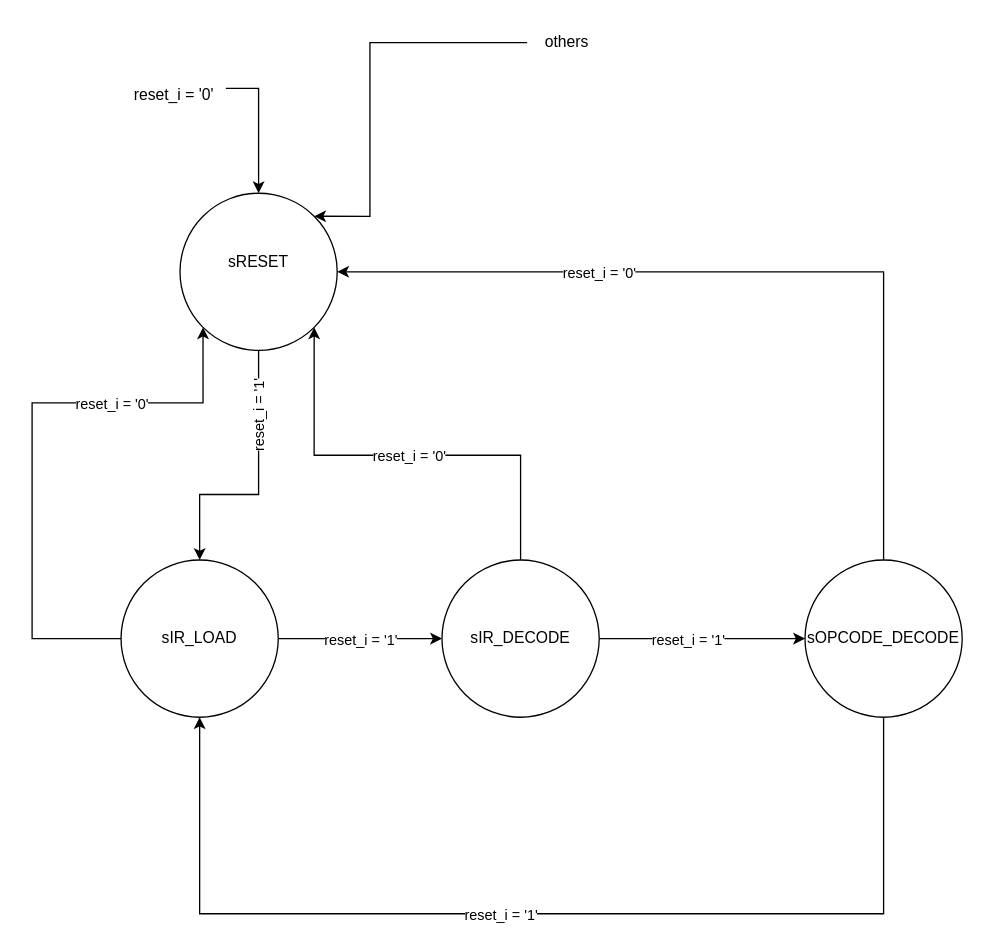
Above: Rendu_3/GraphState.drawio in stany24/LaboSystemNumeric (draw.io), before the change. Source tidied: cells renumbered, new cells numbered last; positions are measured from the earlier drawing's top-left corner, leaving out a move shared by most shapes. Both pictures are drawn from the tidied source at 131%, with x=0, y=0 at pixel (31, 22).
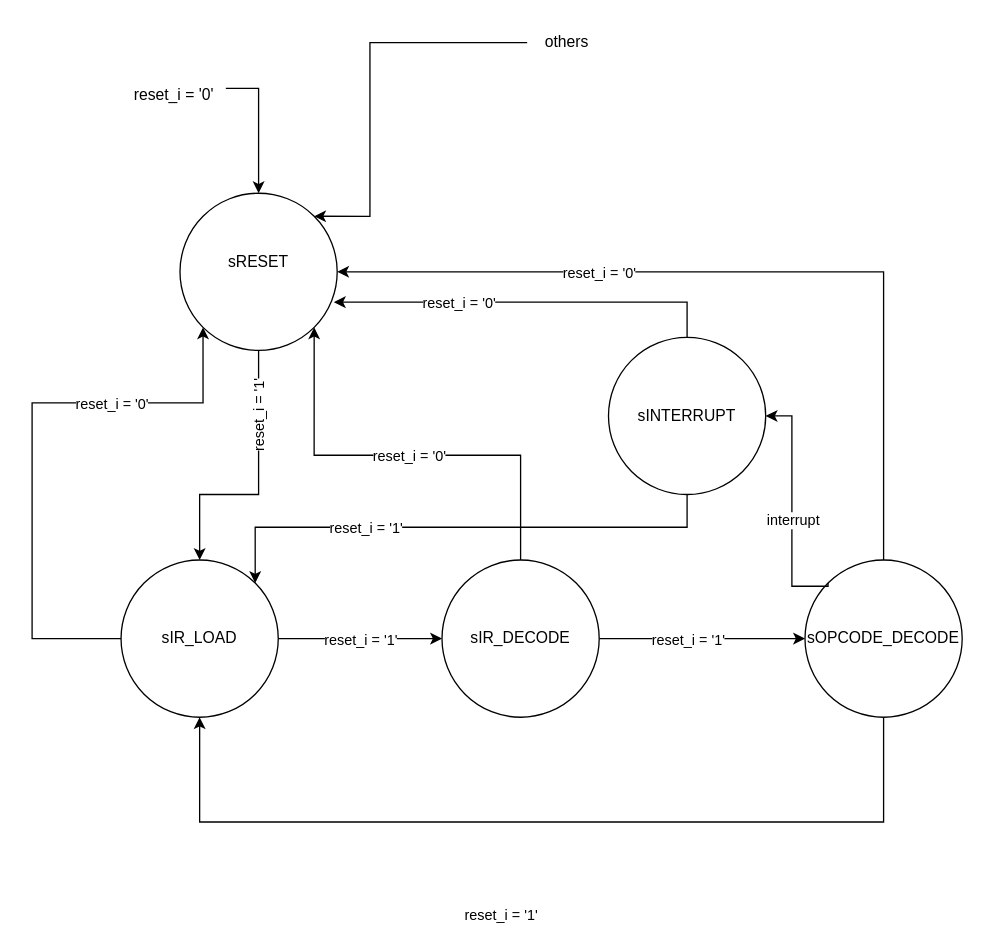
The same diagram, later.

Commit message:
mise à jour du graph des états

The change refers to these unchanged cells:
```xml
<mxCell id="3" value="sRESET&lt;div&gt;&lt;br/&gt;&lt;/div&gt;" style="ellipse;whiteSpace=wrap;html=1;" parent="1" vertex="1">
  <mxGeometry x="112.9" y="130" width="120" height="120" as="geometry" />
</mxCell>
<mxCell id="5" value="sIR_LOAD" style="ellipse;whiteSpace=wrap;html=1;" parent="1" vertex="1">
  <mxGeometry x="67.9" y="410" width="120" height="120" as="geometry" />
</mxCell>
<mxCell id="12" value="sOPCODE_DECODE" style="ellipse;whiteSpace=wrap;html=1;" parent="1" vertex="1">
  <mxGeometry x="590" y="410" width="120" height="120" as="geometry" />
</mxCell>
```

Change to the diagram source:
```diff
@@
     <mxCell id="9" style="edgeStyle=orthogonalEdgeStyle;rounded=0;jettySize=auto;html=1;exitX=0.5;exitY=1;exitDx=0;exitDy=0;entryX=0.5;entryY=1;entryDx=0;entryDy=0;" parent="1" edge="1" source="12" target="5">
       <mxGeometry relative="1" as="geometry">
         <Array as="points">
-          <mxPoint x="572.9" y="680" />
-          <mxPoint x="172.9" y="680" />
+          <mxPoint x="650" y="610" />
+          <mxPoint x="128" y="610" />
         </Array>
       </mxGeometry>
     </mxCell>
@@
+    <mxCell id="24" value="sINTERRUPT" style="ellipse;whiteSpace=wrap;html=1;" parent="1" vertex="1">
+      <mxGeometry x="440" y="240" width="120" height="120" as="geometry" />
+    </mxCell>
+    <mxCell id="25" style="edgeStyle=orthogonalEdgeStyle;rounded=0;jettySize=auto;html=1;exitX=0;exitY=0;exitDx=0;exitDy=0;entryX=1;entryY=0.5;entryDx=0;entryDy=0;" parent="1" edge="1" source="12" target="24">
+      <mxGeometry relative="1" as="geometry">
+        <Array as="points">
+          <mxPoint x="608" y="430" />
+          <mxPoint x="580" y="430" />
+          <mxPoint x="580" y="300" />
+        </Array>
+      </mxGeometry>
+    </mxCell>
+    <mxCell id="26" value="interrupt" style="edgeLabel;html=1;align=center;verticalAlign=middle;" parent="25" vertex="1">
+      <mxGeometry x="-0.1" relative="1" as="geometry" />
+    </mxCell>
+    <mxCell id="27" style="edgeStyle=orthogonalEdgeStyle;rounded=0;jettySize=auto;html=1;exitX=0.5;exitY=0;exitDx=0;exitDy=0;entryX=0.979;entryY=0.693;entryDx=0;entryDy=0;entryPerimeter=0;" parent="1" edge="1" source="24" target="3">
+      <mxGeometry relative="1" as="geometry" />
+    </mxCell>
+    <mxCell id="28" value="reset_i = '0'" style="edgeLabel;html=1;align=center;verticalAlign=middle;" parent="27" vertex="1">
+      <mxGeometry x="0.39" y="1" relative="1" as="geometry">
+        <mxPoint x="5" y="-1" as="offset" />
+      </mxGeometry>
+    </mxCell>
+    <mxCell id="29" style="edgeStyle=orthogonalEdgeStyle;rounded=0;jettySize=auto;html=1;exitX=0.5;exitY=1;exitDx=0;exitDy=0;entryX=1;entryY=0;entryDx=0;entryDy=0;" parent="1" edge="1" source="24" target="5">
+      <mxGeometry relative="1" as="geometry" />
+    </mxCell>
+    <mxCell id="30" value="&lt;div&gt;reset_i = '1'&lt;/div&gt;" style="edgeLabel;html=1;align=center;verticalAlign=middle;" parent="29" vertex="1">
+      <mxGeometry x="0.39" y="1" relative="1" as="geometry">
+        <mxPoint x="5" y="-1" as="offset" />
+      </mxGeometry>
+    </mxCell>
```
